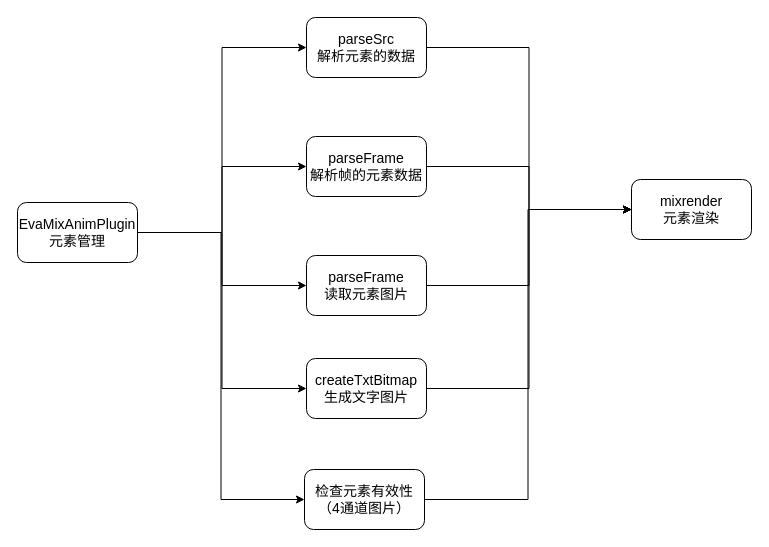
Above: page "Page-3" (3 of 4) of YYEVA.drawio in cangwang/news (draw.io), before the change. Source tidied: cells renumbered, new cells numbered last; positions are measured from the earlier drawing's top-left corner, leaving out a move shared by most shapes. Both pictures are drawn from the tidied source at 100%, with x=0, y=0 at pixel (17, 17).
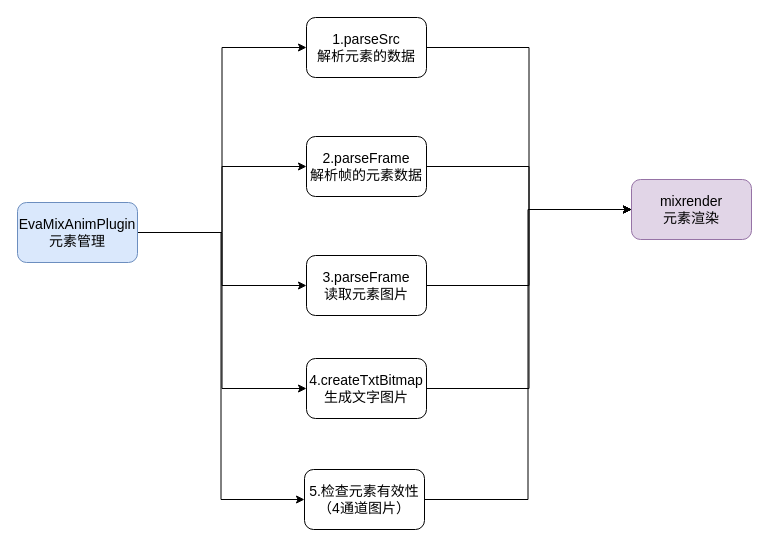
After the change.

Change to the diagram source:
```diff
@@
 <mxGraphModel>
   <root>
     <mxCell id="0" />
     <mxCell id="1" parent="0" />
     <mxCell id="2" style="edgeStyle=orthogonalEdgeStyle;rounded=0;jettySize=auto;html=1;exitX=1;exitY=0.5;exitDx=0;exitDy=0;entryX=0;entryY=0.5;entryDx=0;entryDy=0;fontSize=14;" parent="1" edge="1" source="7" target="9">
       <mxGeometry relative="1" as="geometry" />
     </mxCell>
     <mxCell id="3" style="edgeStyle=orthogonalEdgeStyle;rounded=0;jettySize=auto;html=1;exitX=1;exitY=0.5;exitDx=0;exitDy=0;entryX=0;entryY=0.5;entryDx=0;entryDy=0;fontSize=14;" parent="1" edge="1" source="7" target="13">
       <mxGeometry relative="1" as="geometry" />
     </mxCell>
     <mxCell id="4" style="edgeStyle=orthogonalEdgeStyle;rounded=0;jettySize=auto;html=1;exitX=1;exitY=0.5;exitDx=0;exitDy=0;entryX=0;entryY=0.5;entryDx=0;entryDy=0;fontSize=14;" parent="1" edge="1" source="7" target="15">
       <mxGeometry relative="1" as="geometry" />
     </mxCell>
     <mxCell id="5" style="edgeStyle=orthogonalEdgeStyle;rounded=0;jettySize=auto;html=1;exitX=1;exitY=0.5;exitDx=0;exitDy=0;entryX=0;entryY=0.5;entryDx=0;entryDy=0;fontSize=14;" parent="1" edge="1" source="7" target="17">
       <mxGeometry relative="1" as="geometry" />
     </mxCell>
     <mxCell id="6" style="edgeStyle=orthogonalEdgeStyle;rounded=0;jettySize=auto;html=1;exitX=1;exitY=0.5;exitDx=0;exitDy=0;entryX=0;entryY=0.5;entryDx=0;entryDy=0;fontSize=14;" parent="1" edge="1" source="7" target="11">
       <mxGeometry relative="1" as="geometry" />
     </mxCell>
-    <mxCell id="7" value="EvaMixAnimPlugin&lt;br&gt;元素管理" style="rounded=1;whiteSpace=wrap;html=1;fontSize=14;fillColor=default;" parent="1" vertex="1">
+    <mxCell id="7" value="EvaMixAnimPlugin&lt;br&gt;元素管理" style="rounded=1;whiteSpace=wrap;html=1;fontSize=14;fillColor=#dae8fc;strokeColor=#6c8ebf;" parent="1" vertex="1">
       <mxGeometry y="185" width="120" height="60" as="geometry" />
     </mxCell>
     <mxCell id="8" style="edgeStyle=orthogonalEdgeStyle;rounded=0;jettySize=auto;html=1;exitX=1;exitY=0.5;exitDx=0;exitDy=0;entryX=0;entryY=0.5;entryDx=0;entryDy=0;fontSize=14;" parent="1" edge="1" source="9" target="18">
       <mxGeometry relative="1" as="geometry" />
     </mxCell>
-    <mxCell id="9" value="parseSrc&lt;br&gt;解析元素的数据" style="rounded=1;whiteSpace=wrap;html=1;fontSize=14;fillColor=default;" parent="1" vertex="1">
+    <mxCell id="9" value="1.parseSrc&lt;br&gt;解析元素的数据" style="rounded=1;whiteSpace=wrap;html=1;fontSize=14;fillColor=default;" parent="1" vertex="1">
       <mxGeometry x="289" width="120" height="60" as="geometry" />
     </mxCell>
     <mxCell id="10" style="edgeStyle=orthogonalEdgeStyle;rounded=0;jettySize=auto;html=1;exitX=1;exitY=0.5;exitDx=0;exitDy=0;fontSize=14;" parent="1" edge="1" source="11" target="18">
       <mxGeometry relative="1" as="geometry" />
     </mxCell>
-    <mxCell id="11" value="parseFrame&lt;br&gt;解析帧的元素数据" style="rounded=1;whiteSpace=wrap;html=1;fontSize=14;fillColor=default;" parent="1" vertex="1">
+    <mxCell id="11" value="2.parseFrame&lt;br&gt;解析帧的元素数据" style="rounded=1;whiteSpace=wrap;html=1;fontSize=14;fillColor=default;" parent="1" vertex="1">
       <mxGeometry x="289" y="119" width="120" height="60" as="geometry" />
     </mxCell>
     <mxCell id="12" style="edgeStyle=orthogonalEdgeStyle;rounded=0;jettySize=auto;html=1;exitX=1;exitY=0.5;exitDx=0;exitDy=0;entryX=0;entryY=0.5;entryDx=0;entryDy=0;fontSize=14;" parent="1" edge="1" source="13" target="18">
       <mxGeometry relative="1" as="geometry" />
     </mxCell>
-    <mxCell id="13" value="parseFrame&lt;br&gt;读取元素图片" style="rounded=1;whiteSpace=wrap;html=1;fontSize=14;fillColor=default;" parent="1" vertex="1">
+    <mxCell id="13" value="3.parseFrame&lt;br&gt;读取元素图片" style="rounded=1;whiteSpace=wrap;html=1;fontSize=14;fillColor=default;" parent="1" vertex="1">
       <mxGeometry x="289" y="238" width="120" height="60" as="geometry" />
     </mxCell>
     <mxCell id="14" style="edgeStyle=orthogonalEdgeStyle;rounded=0;jettySize=auto;html=1;exitX=1;exitY=0.5;exitDx=0;exitDy=0;entryX=0;entryY=0.5;entryDx=0;entryDy=0;fontSize=14;" parent="1" edge="1" source="15" target="18">
       <mxGeometry relative="1" as="geometry" />
     </mxCell>
-    <mxCell id="15" value="createTxtBitmap&lt;br&gt;生成文字图片" style="rounded=1;whiteSpace=wrap;html=1;fontSize=14;fillColor=default;" parent="1" vertex="1">
+    <mxCell id="15" value="4.createTxtBitmap&lt;br&gt;生成文字图片" style="rounded=1;whiteSpace=wrap;html=1;fontSize=14;fillColor=default;" parent="1" vertex="1">
       <mxGeometry x="289" y="341" width="120" height="60" as="geometry" />
     </mxCell>
     <mxCell id="16" style="edgeStyle=orthogonalEdgeStyle;rounded=0;jettySize=auto;html=1;exitX=1;exitY=0.5;exitDx=0;exitDy=0;entryX=0;entryY=0.5;entryDx=0;entryDy=0;fontSize=14;" parent="1" edge="1" source="17" target="18">
       <mxGeometry relative="1" as="geometry" />
     </mxCell>
-    <mxCell id="17" value="检查元素有效性&lt;br&gt;（4通道图片）" style="rounded=1;whiteSpace=wrap;html=1;fontSize=14;fillColor=default;" parent="1" vertex="1">
+    <mxCell id="17" value="5.检查元素有效性&lt;br&gt;（4通道图片）" style="rounded=1;whiteSpace=wrap;html=1;fontSize=14;fillColor=default;" parent="1" vertex="1">
       <mxGeometry x="287" y="452" width="120" height="60" as="geometry" />
     </mxCell>
-    <mxCell id="18" value="mixrender&lt;br&gt;元素渲染" style="rounded=1;whiteSpace=wrap;html=1;fontSize=14;fillColor=default;" parent="1" vertex="1">
+    <mxCell id="18" value="mixrender&lt;br&gt;元素渲染" style="rounded=1;whiteSpace=wrap;html=1;fontSize=14;fillColor=#e1d5e7;strokeColor=#9673a6;" parent="1" vertex="1">
       <mxGeometry x="614" y="162" width="120" height="60" as="geometry" />
     </mxCell>
   </root>
 </mxGraphModel>
```
